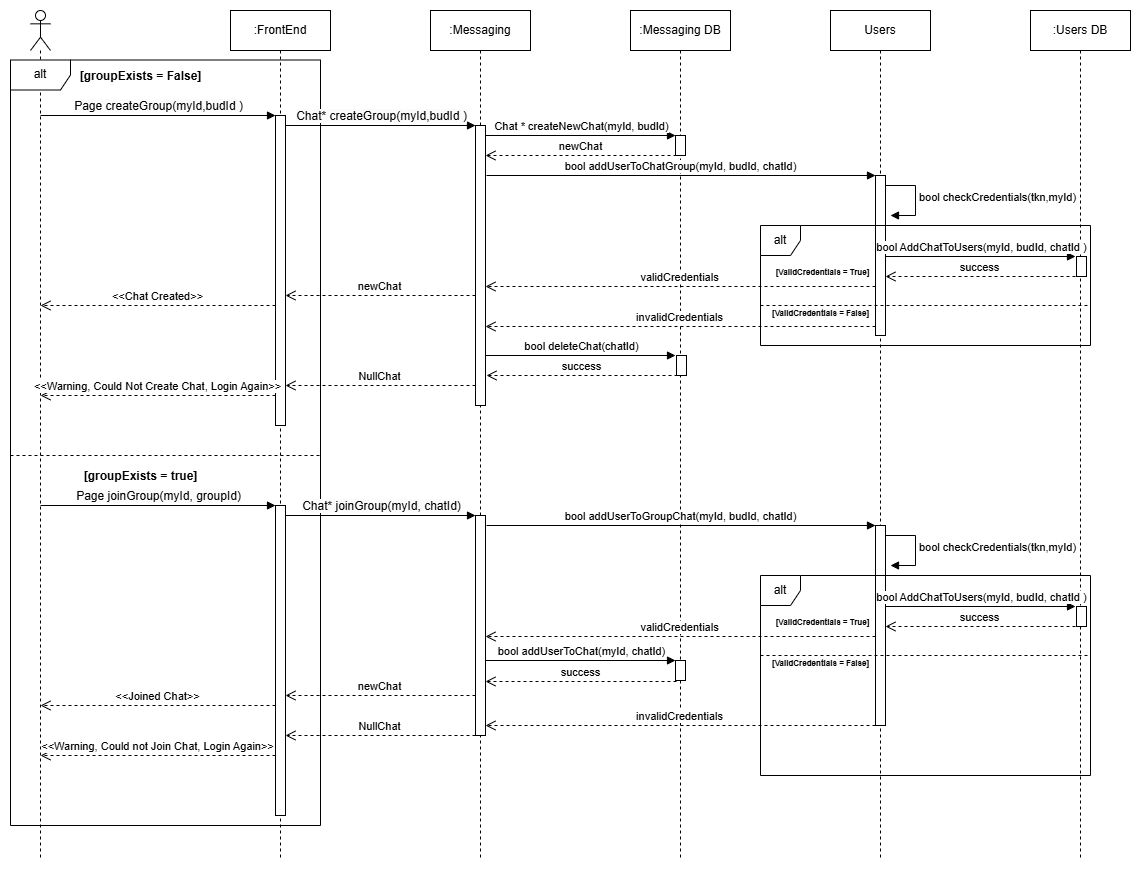
Before: documentation/images/Join_Create_Group_Seq_Diagram.png, a diagram exported from draw.io (TrailBlazersInc/TrailBlazers). Source tidied: cells renumbered, new cells last; positions are measured from the earlier drawing's top-left corner, leaving out a move shared by most shapes.
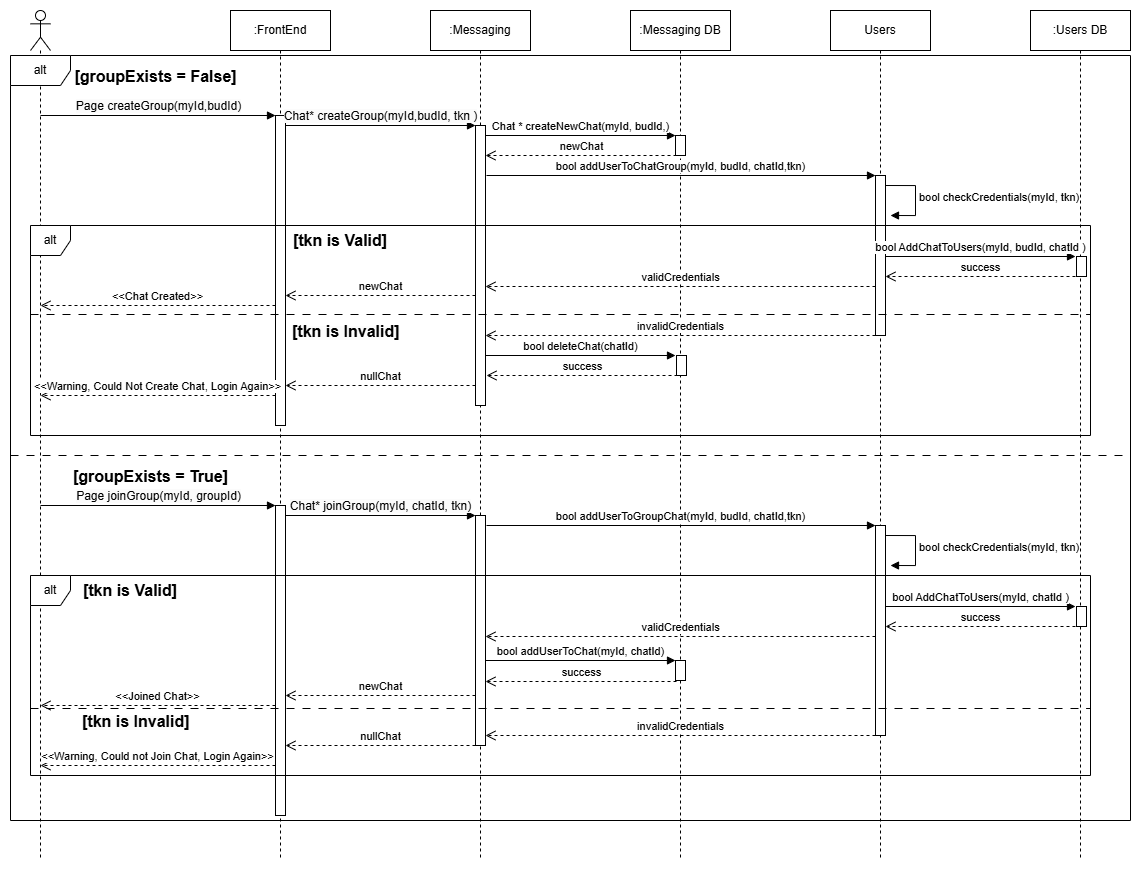
The same diagram one commit later.

Commit message:
Updated Create/Join Chat Sequence Diagram

The edit, as a diff of the source:
```diff
@@ -11,14 +11,14 @@
     <mxCell id="4" value=":FrontEnd" style="shape=umlLifeline;perimeter=lifelinePerimeter;whiteSpace=wrap;html=1;newEdgeStyle={&quot;curved&quot;:0,&quot;rounded&quot;:0};" parent="1" vertex="1">
       <mxGeometry x="220" width="100" height="850" as="geometry" />
     </mxCell>
-    <mxCell id="5" value="&lt;b&gt;[groupExists = False]&lt;/b&gt;" style="text;html=1;align=center;verticalAlign=middle;strokeColor=none;fillColor=none;" parent="1" vertex="1">
-      <mxGeometry x="55" y="51" width="150" height="30" as="geometry" />
+    <mxCell id="5" value="&lt;b&gt;&lt;font style=&quot;font-size: 16px;&quot;&gt;[groupExists = False]&lt;/font&gt;&lt;/b&gt;" style="text;html=1;align=center;verticalAlign=middle;strokeColor=none;fillColor=none;" parent="1" vertex="1">
+      <mxGeometry x="50" y="51" width="190" height="30" as="geometry" />
     </mxCell>
-    <mxCell id="6" value="&lt;b&gt;[groupExists = true]&lt;/b&gt;" style="text;html=1;align=center;verticalAlign=middle;strokeColor=none;fillColor=none;" parent="1" vertex="1">
-      <mxGeometry x="60" y="451" width="140" height="30" as="geometry" />
+    <mxCell id="6" value="&lt;b&gt;&lt;font style=&quot;font-size: 16px;&quot;&gt;[groupExists = True]&lt;/font&gt;&lt;/b&gt;" style="text;html=1;align=center;verticalAlign=middle;strokeColor=none;fillColor=none;" parent="1" vertex="1">
+      <mxGeometry x="50" y="451" width="180" height="30" as="geometry" />
     </mxCell>
     <mxCell id="7" value="alt" style="shape=umlFrame;whiteSpace=wrap;html=1;" parent="1" vertex="1">
-      <mxGeometry y="49.5" width="310" height="765.5" as="geometry" />
+      <mxGeometry y="45" width="1120" height="765" as="geometry" />
     </mxCell>
     <mxCell id="8" value=":Messaging DB" style="shape=umlLifeline;perimeter=lifelinePerimeter;whiteSpace=wrap;html=1;newEdgeStyle={&quot;curved&quot;:0,&quot;rounded&quot;:0};" parent="1" vertex="1">
       <mxGeometry x="620" width="100" height="850" as="geometry" />
@@ -29,7 +29,7 @@
     <mxCell id="10" value=":Users DB" style="shape=umlLifeline;perimeter=lifelinePerimeter;whiteSpace=wrap;html=1;newEdgeStyle={&quot;curved&quot;:0,&quot;rounded&quot;:0};" parent="1" vertex="1">
       <mxGeometry x="1020" width="100" height="850" as="geometry" />
     </mxCell>
-    <mxCell id="11" value="&lt;span style=&quot;font-size: 12px; background-color: rgb(251, 251, 251);&quot;&gt;Page createGroup(myId,budId )&lt;/span&gt;" style="html=1;verticalAlign=bottom;endArrow=block;curved=0;rounded=0;" parent="1" edge="1">
+    <mxCell id="11" value="&lt;span style=&quot;font-size: 12px; background-color: rgb(251, 251, 251);&quot;&gt;Page createGroup(myId,budId)&lt;/span&gt;" style="html=1;verticalAlign=bottom;endArrow=block;curved=0;rounded=0;" parent="1" edge="1">
       <mxGeometry relative="1" as="geometry">
         <mxPoint x="30" y="105" as="sourcePoint" />
         <mxPoint x="265" y="105" as="targetPoint" />
@@ -38,7 +38,7 @@
     <mxCell id="12" style="html=1;perimeter=orthogonalPerimeter;targetShapes=umlLifeline;newEdgeStyle={&quot;curved&quot;:0,&quot;rounded&quot;:0};" parent="1" vertex="1">
       <mxGeometry x="265" y="105" width="10" height="310" as="geometry" />
     </mxCell>
-    <mxCell id="13" value="&lt;span style=&quot;font-size: 12px; background-color: rgb(251, 251, 251);&quot;&gt;Chat* createGroup(myId,budId )&lt;/span&gt;" style="html=1;verticalAlign=bottom;endArrow=block;curved=0;rounded=0;" parent="1" edge="1">
+    <mxCell id="13" value="&lt;span style=&quot;font-size: 12px; background-color: rgb(251, 251, 251);&quot;&gt;Chat* createGroup(myId,budId, tkn )&lt;/span&gt;" style="html=1;verticalAlign=bottom;endArrow=block;curved=0;rounded=0;" parent="1" edge="1">
       <mxGeometry relative="1" as="geometry">
         <mxPoint x="275" y="115" as="sourcePoint" />
         <mxPoint x="465" y="115" as="targetPoint" />
@@ -56,7 +56,7 @@
         <mxPoint x="475" y="145" as="targetPoint" />
       </mxGeometry>
     </mxCell>
-    <mxCell id="17" value="bool addUserToChatGroup(myId, budId, chatId)" style="html=1;verticalAlign=bottom;endArrow=block;curved=0;rounded=0;" parent="1" edge="1">
+    <mxCell id="17" value="bool addUserToChatGroup(myId, budId, chatId,tkn)" style="html=1;verticalAlign=bottom;endArrow=block;curved=0;rounded=0;" parent="1" edge="1">
       <mxGeometry relative="1" as="geometry">
         <mxPoint x="476" y="165" as="sourcePoint" />
         <mxPoint x="865" y="165" as="targetPoint" />
@@ -74,7 +74,7 @@
     <mxCell id="20" style="html=1;perimeter=orthogonalPerimeter;targetShapes=umlLifeline;newEdgeStyle={&quot;curved&quot;:0,&quot;rounded&quot;:0};" parent="1" vertex="1">
       <mxGeometry x="1066" y="246" width="10" height="20" as="geometry" />
     </mxCell>
-    <mxCell id="21" value="bool checkCredentials(tkn,myId)" style="html=1;align=left;spacingLeft=2;endArrow=block;rounded=0;edgeStyle=orthogonalEdgeStyle;curved=0;rounded=0;" parent="1" edge="1">
+    <mxCell id="21" value="bool checkCredentials(myId, tkn)" style="html=1;align=left;spacingLeft=2;endArrow=block;rounded=0;edgeStyle=orthogonalEdgeStyle;curved=0;rounded=0;" parent="1" edge="1">
       <mxGeometry relative="1" as="geometry">
         <mxPoint x="875" y="175" as="sourcePoint" />
         <mxPoint x="880" y="205" as="targetPoint" />
@@ -109,24 +109,24 @@
     </mxCell>
     <mxCell id="26" value="invalidCredentials" style="html=1;verticalAlign=bottom;endArrow=open;dashed=1;endSize=8;curved=0;rounded=0;" parent="1" edge="1">
       <mxGeometry relative="1" as="geometry">
-        <mxPoint x="865" y="316" as="sourcePoint" />
-        <mxPoint x="475" y="316" as="targetPoint" />
+        <mxPoint x="865" y="325" as="sourcePoint" />
+        <mxPoint x="475" y="325" as="targetPoint" />
       </mxGeometry>
     </mxCell>
     <mxCell id="27" value="alt" style="shape=umlFrame;whiteSpace=wrap;html=1;width=40;height=30;" parent="1" vertex="1">
-      <mxGeometry x="750" y="215" width="330" height="120" as="geometry" />
+      <mxGeometry x="20" y="215" width="1060" height="210" as="geometry" />
     </mxCell>
-    <mxCell id="28" style="endArrow=none;dashed=1;html=1;rounded=0;" parent="1" edge="1">
+    <mxCell id="28" style="endArrow=none;dashed=1;html=1;rounded=0;dashPattern=8 8;" parent="1" edge="1">
       <mxGeometry relative="1" as="geometry">
-        <mxPoint x="750" y="295" as="sourcePoint" />
-        <mxPoint x="1080" y="295" as="targetPoint" />
+        <mxPoint x="20" y="304" as="sourcePoint" />
+        <mxPoint x="1080" y="304" as="targetPoint" />
       </mxGeometry>
     </mxCell>
-    <mxCell id="29" value="&lt;font style=&quot;font-size: 8px;&quot;&gt;&lt;b&gt;[ValidCredentials = True]&lt;/b&gt;&lt;/font&gt;" style="text;html=1;align=center;verticalAlign=middle;whiteSpace=wrap;rounded=0;" parent="1" vertex="1">
-      <mxGeometry x="760" y="246" width="105" height="30" as="geometry" />
+    <mxCell id="29" value="&lt;font style=&quot;font-size: 16px;&quot;&gt;&lt;b style=&quot;&quot;&gt;[tkn is Valid]&lt;/b&gt;&lt;/font&gt;" style="text;html=1;align=center;verticalAlign=middle;whiteSpace=wrap;rounded=0;" parent="1" vertex="1">
+      <mxGeometry x="280" y="215" width="100" height="30" as="geometry" />
     </mxCell>
-    <mxCell id="30" value="&lt;span style=&quot;color: rgb(0, 0, 0); font-family: Helvetica; font-size: 8px; font-style: normal; font-variant-ligatures: normal; font-variant-caps: normal; letter-spacing: normal; orphans: 2; text-align: center; text-indent: 0px; text-transform: none; widows: 2; word-spacing: 0px; -webkit-text-stroke-width: 0px; white-space: normal; background-color: rgb(251, 251, 251); text-decoration-thickness: initial; text-decoration-style: initial; text-decoration-color: initial; float: none; display: inline !important;&quot;&gt;&lt;b&gt;[ValidCredentials = False]&lt;/b&gt;&lt;/span&gt;" style="text;whiteSpace=wrap;html=1;" parent="1" vertex="1">
-      <mxGeometry x="760" y="288" width="120" height="40" as="geometry" />
+    <mxCell id="30" value="&lt;span style=&quot;color: rgb(0, 0, 0); font-family: Helvetica; font-style: normal; font-variant-ligatures: normal; font-variant-caps: normal; letter-spacing: normal; orphans: 2; text-align: center; text-indent: 0px; text-transform: none; widows: 2; word-spacing: 0px; -webkit-text-stroke-width: 0px; white-space: normal; background-color: rgb(251, 251, 251); text-decoration-thickness: initial; text-decoration-style: initial; text-decoration-color: initial; float: none; display: inline !important;&quot;&gt;&lt;b style=&quot;&quot;&gt;&lt;font style=&quot;font-size: 16px;&quot;&gt;[tkn is Invalid]&lt;/font&gt;&lt;/b&gt;&lt;/span&gt;" style="text;whiteSpace=wrap;html=1;" parent="1" vertex="1">
+      <mxGeometry x="280" y="305" width="120" height="40" as="geometry" />
     </mxCell>
     <mxCell id="31" style="html=1;perimeter=orthogonalPerimeter;targetShapes=umlLifeline;newEdgeStyle={&quot;curved&quot;:0,&quot;rounded&quot;:0};" parent="1" vertex="1">
       <mxGeometry x="666" y="345" width="10" height="20" as="geometry" />
@@ -137,7 +137,7 @@
         <mxPoint x="476" y="365" as="targetPoint" />
       </mxGeometry>
     </mxCell>
-    <mxCell id="33" value="Chat * createNewChat(myId, budId)" style="html=1;verticalAlign=bottom;endArrow=block;curved=0;rounded=0;" parent="1" edge="1">
+    <mxCell id="33" value="Chat * createNewChat(myId, budId,)" style="html=1;verticalAlign=bottom;endArrow=block;curved=0;rounded=0;" parent="1" edge="1">
       <mxGeometry relative="1" as="geometry">
         <mxPoint x="475" y="125" as="sourcePoint" />
         <mxPoint x="665" y="125" as="targetPoint" />
@@ -149,7 +149,7 @@
         <mxPoint x="665" y="345" as="targetPoint" />
       </mxGeometry>
     </mxCell>
-    <mxCell id="35" value="NullChat" style="html=1;verticalAlign=bottom;endArrow=open;dashed=1;endSize=8;curved=0;rounded=0;" parent="1" edge="1">
+    <mxCell id="35" value="nullChat" style="html=1;verticalAlign=bottom;endArrow=open;dashed=1;endSize=8;curved=0;rounded=0;" parent="1" edge="1">
       <mxGeometry relative="1" as="geometry">
         <mxPoint x="465" y="375" as="sourcePoint" />
         <mxPoint x="275" y="375" as="targetPoint" />
@@ -161,10 +161,10 @@
         <mxPoint x="30" y="385" as="targetPoint" />
       </mxGeometry>
     </mxCell>
-    <mxCell id="37" style="endArrow=none;dashed=1;html=1;rounded=0;entryX=1.01;entryY=0.62;entryDx=0;entryDy=0;entryPerimeter=0;" parent="1" edge="1">
+    <mxCell id="37" style="endArrow=none;dashed=1;html=1;rounded=0;entryX=1.01;entryY=0.62;entryDx=0;entryDy=0;entryPerimeter=0;dashPattern=8 8;" parent="1" edge="1">
       <mxGeometry relative="1" as="geometry">
         <mxPoint y="445" as="sourcePoint" />
-        <mxPoint x="310" y="445" as="targetPoint" />
+        <mxPoint x="1120" y="445" as="targetPoint" />
       </mxGeometry>
     </mxCell>
     <mxCell id="38" value="&lt;span style=&quot;font-size: 12px; background-color: rgb(251, 251, 251);&quot;&gt;Page joinGroup(myId, groupId)&lt;/span&gt;" style="html=1;verticalAlign=bottom;endArrow=block;curved=0;rounded=0;" parent="1" edge="1">
@@ -176,14 +176,14 @@
     <mxCell id="39" style="html=1;perimeter=orthogonalPerimeter;targetShapes=umlLifeline;newEdgeStyle={&quot;curved&quot;:0,&quot;rounded&quot;:0};" parent="1" vertex="1">
       <mxGeometry x="265" y="495" width="10" height="310" as="geometry" />
     </mxCell>
-    <mxCell id="40" value="&lt;span style=&quot;font-size: 12px; background-color: rgb(251, 251, 251);&quot;&gt;Chat* joinGroup(myId, chatId)&lt;/span&gt;" style="html=1;verticalAlign=bottom;endArrow=block;curved=0;rounded=0;" parent="1" edge="1">
+    <mxCell id="40" value="&lt;span style=&quot;font-size: 12px; background-color: rgb(251, 251, 251);&quot;&gt;Chat* joinGroup(myId, chatId, tkn)&lt;/span&gt;" style="html=1;verticalAlign=bottom;endArrow=block;curved=0;rounded=0;" parent="1" edge="1">
       <mxGeometry relative="1" as="geometry">
         <mxPoint x="275" y="505" as="sourcePoint" />
         <mxPoint x="465" y="505" as="targetPoint" />
       </mxGeometry>
     </mxCell>
     <mxCell id="41" style="html=1;perimeter=orthogonalPerimeter;targetShapes=umlLifeline;newEdgeStyle={&quot;curved&quot;:0,&quot;rounded&quot;:0};" parent="1" vertex="1">
-      <mxGeometry x="465" y="505" width="10" height="220" as="geometry" />
+      <mxGeometry x="465" y="505" width="10" height="230" as="geometry" />
     </mxCell>
     <mxCell id="42" style="html=1;perimeter=orthogonalPerimeter;targetShapes=umlLifeline;newEdgeStyle={&quot;curved&quot;:0,&quot;rounded&quot;:0};" parent="1" vertex="1">
       <mxGeometry x="665" y="650" width="10" height="20" as="geometry" />
@@ -194,14 +194,14 @@
         <mxPoint x="475" y="671" as="targetPoint" />
       </mxGeometry>
     </mxCell>
-    <mxCell id="44" value="bool addUserToGroupChat(myId, budId, chatId)" style="html=1;verticalAlign=bottom;endArrow=block;curved=0;rounded=0;" parent="1" edge="1">
+    <mxCell id="44" value="bool addUserToGroupChat(myId, budId, chatId,tkn)" style="html=1;verticalAlign=bottom;endArrow=block;curved=0;rounded=0;" parent="1" edge="1">
       <mxGeometry relative="1" as="geometry">
         <mxPoint x="476" y="515" as="sourcePoint" />
         <mxPoint x="865" y="515" as="targetPoint" />
       </mxGeometry>
     </mxCell>
     <mxCell id="45" style="html=1;perimeter=orthogonalPerimeter;targetShapes=umlLifeline;newEdgeStyle={&quot;curved&quot;:0,&quot;rounded&quot;:0};" parent="1" vertex="1">
-      <mxGeometry x="865" y="515" width="10" height="200" as="geometry" />
+      <mxGeometry x="865" y="515" width="10" height="210" as="geometry" />
     </mxCell>
     <mxCell id="46" value="validCredentials" style="html=1;verticalAlign=bottom;endArrow=open;dashed=1;endSize=8;curved=0;rounded=0;" parent="1" edge="1">
       <mxGeometry relative="1" as="geometry">
@@ -212,7 +212,7 @@
     <mxCell id="47" style="html=1;perimeter=orthogonalPerimeter;targetShapes=umlLifeline;newEdgeStyle={&quot;curved&quot;:0,&quot;rounded&quot;:0};" parent="1" vertex="1">
       <mxGeometry x="1066" y="596" width="10" height="20" as="geometry" />
     </mxCell>
-    <mxCell id="48" value="bool checkCredentials(tkn,myId)" style="html=1;align=left;spacingLeft=2;endArrow=block;rounded=0;edgeStyle=orthogonalEdgeStyle;curved=0;rounded=0;" parent="1" edge="1">
+    <mxCell id="48" value="bool checkCredentials(myId, tkn)" style="html=1;align=left;spacingLeft=2;endArrow=block;rounded=0;edgeStyle=orthogonalEdgeStyle;curved=0;rounded=0;" parent="1" edge="1">
       <mxGeometry relative="1" as="geometry">
         <mxPoint x="875" y="525" as="sourcePoint" />
         <mxPoint x="880" y="555" as="targetPoint" />
@@ -221,7 +221,7 @@
         </Array>
       </mxGeometry>
     </mxCell>
-    <mxCell id="49" value="bool AddChatToUsers(myId, budId, chatId )" style="html=1;verticalAlign=bottom;endArrow=block;curved=0;rounded=0;" parent="1" edge="1">
+    <mxCell id="49" value="bool AddChatToUsers(myId, chatId )" style="html=1;verticalAlign=bottom;endArrow=block;curved=0;rounded=0;" parent="1" edge="1">
       <mxGeometry x="0.01" relative="1" as="geometry">
         <mxPoint x="875" y="596" as="sourcePoint" />
         <mxPoint x="1065" y="596" as="targetPoint" />
@@ -247,24 +247,24 @@
     </mxCell>
     <mxCell id="53" value="invalidCredentials" style="html=1;verticalAlign=bottom;endArrow=open;dashed=1;endSize=8;curved=0;rounded=0;" parent="1" edge="1">
       <mxGeometry relative="1" as="geometry">
-        <mxPoint x="865" y="715" as="sourcePoint" />
-        <mxPoint x="475" y="715" as="targetPoint" />
+        <mxPoint x="865" y="725" as="sourcePoint" />
+        <mxPoint x="475" y="725" as="targetPoint" />
       </mxGeometry>
     </mxCell>
     <mxCell id="54" value="alt" style="shape=umlFrame;whiteSpace=wrap;html=1;width=40;height=30;" parent="1" vertex="1">
-      <mxGeometry x="750" y="565" width="330" height="200" as="geometry" />
+      <mxGeometry x="20" y="565" width="1060" height="200" as="geometry" />
     </mxCell>
-    <mxCell id="55" style="endArrow=none;dashed=1;html=1;rounded=0;" parent="1" edge="1">
+    <mxCell id="55" style="endArrow=none;dashed=1;html=1;rounded=0;dashPattern=8 8;" parent="1" edge="1">
       <mxGeometry relative="1" as="geometry">
-        <mxPoint x="750" y="645" as="sourcePoint" />
-        <mxPoint x="1080" y="645" as="targetPoint" />
+        <mxPoint x="20" y="698" as="sourcePoint" />
+        <mxPoint x="1080" y="698" as="targetPoint" />
       </mxGeometry>
     </mxCell>
-    <mxCell id="56" value="&lt;font style=&quot;font-size: 8px;&quot;&gt;&lt;b&gt;[ValidCredentials = True]&lt;/b&gt;&lt;/font&gt;" style="text;html=1;align=center;verticalAlign=middle;whiteSpace=wrap;rounded=0;" parent="1" vertex="1">
-      <mxGeometry x="760" y="596" width="105" height="30" as="geometry" />
+    <mxCell id="56" value="&lt;font style=&quot;font-size: 16px;&quot;&gt;&lt;b style=&quot;&quot;&gt;[tkn is Valid]&lt;/b&gt;&lt;/font&gt;" style="text;html=1;align=center;verticalAlign=middle;whiteSpace=wrap;rounded=0;" parent="1" vertex="1">
+      <mxGeometry x="70" y="565" width="100" height="30" as="geometry" />
     </mxCell>
-    <mxCell id="57" value="&lt;span style=&quot;color: rgb(0, 0, 0); font-family: Helvetica; font-size: 8px; font-style: normal; font-variant-ligatures: normal; font-variant-caps: normal; letter-spacing: normal; orphans: 2; text-align: center; text-indent: 0px; text-transform: none; widows: 2; word-spacing: 0px; -webkit-text-stroke-width: 0px; white-space: normal; background-color: rgb(251, 251, 251); text-decoration-thickness: initial; text-decoration-style: initial; text-decoration-color: initial; float: none; display: inline !important;&quot;&gt;&lt;b&gt;[ValidCredentials = False]&lt;/b&gt;&lt;/span&gt;" style="text;whiteSpace=wrap;html=1;" parent="1" vertex="1">
-      <mxGeometry x="760" y="638" width="120" height="40" as="geometry" />
+    <mxCell id="57" value="&lt;span style=&quot;color: rgb(0, 0, 0); font-family: Helvetica; font-style: normal; font-variant-ligatures: normal; font-variant-caps: normal; letter-spacing: normal; orphans: 2; text-align: center; text-indent: 0px; text-transform: none; widows: 2; word-spacing: 0px; -webkit-text-stroke-width: 0px; white-space: normal; background-color: rgb(251, 251, 251); text-decoration-thickness: initial; text-decoration-style: initial; text-decoration-color: initial; float: none; display: inline !important;&quot;&gt;&lt;b style=&quot;&quot;&gt;&lt;font style=&quot;font-size: 16px;&quot;&gt;[tkn is Invalid]&lt;/font&gt;&lt;/b&gt;&lt;/span&gt;" style="text;whiteSpace=wrap;html=1;" parent="1" vertex="1">
+      <mxGeometry x="70" y="695" width="120" height="40" as="geometry" />
     </mxCell>
     <mxCell id="58" value="bool addUserToChat(myId, chatId)" style="html=1;verticalAlign=bottom;endArrow=block;curved=0;rounded=0;" parent="1" edge="1">
       <mxGeometry relative="1" as="geometry">
@@ -272,16 +272,16 @@
         <mxPoint x="665" y="650" as="targetPoint" />
       </mxGeometry>
     </mxCell>
-    <mxCell id="59" value="NullChat" style="html=1;verticalAlign=bottom;endArrow=open;dashed=1;endSize=8;curved=0;rounded=0;" parent="1" edge="1">
+    <mxCell id="59" value="nullChat" style="html=1;verticalAlign=bottom;endArrow=open;dashed=1;endSize=8;curved=0;rounded=0;" parent="1" edge="1">
       <mxGeometry relative="1" as="geometry">
-        <mxPoint x="465" y="725" as="sourcePoint" />
-        <mxPoint x="275" y="725" as="targetPoint" />
+        <mxPoint x="465" y="735" as="sourcePoint" />
+        <mxPoint x="275" y="735" as="targetPoint" />
       </mxGeometry>
     </mxCell>
     <mxCell id="60" value="&amp;lt;&amp;lt;Warning, Could not Join Chat, Login Again&amp;gt;&amp;gt;" style="html=1;verticalAlign=bottom;endArrow=open;dashed=1;endSize=8;curved=0;rounded=0;" parent="1" edge="1">
       <mxGeometry relative="1" as="geometry">
-        <mxPoint x="265" y="745" as="sourcePoint" />
-        <mxPoint x="30" y="745" as="targetPoint" />
+        <mxPoint x="265" y="755" as="sourcePoint" />
+        <mxPoint x="30" y="755" as="targetPoint" />
       </mxGeometry>
     </mxCell>
   </root>
```
